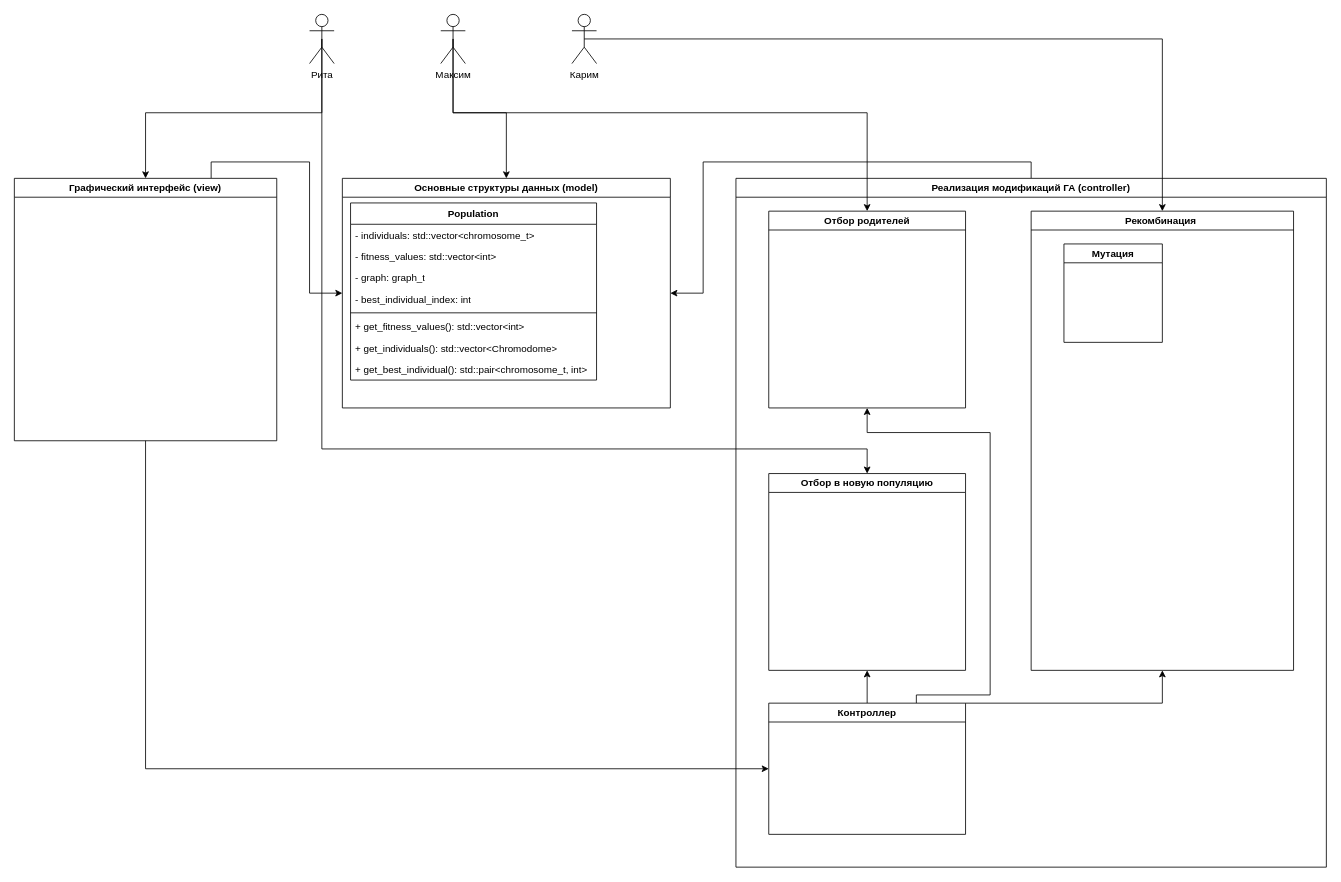
Before: additional-files/design.drawio in zwphyro/TSP_GA, a draw.io diagram. Source tidied: cells renumbered, new cells numbered last; positions are measured from the earlier drawing's top-left corner, leaving out a move shared by most shapes. Both pictures are drawn from the tidied source at 82%, with x=0, y=0 at pixel (14, 14).
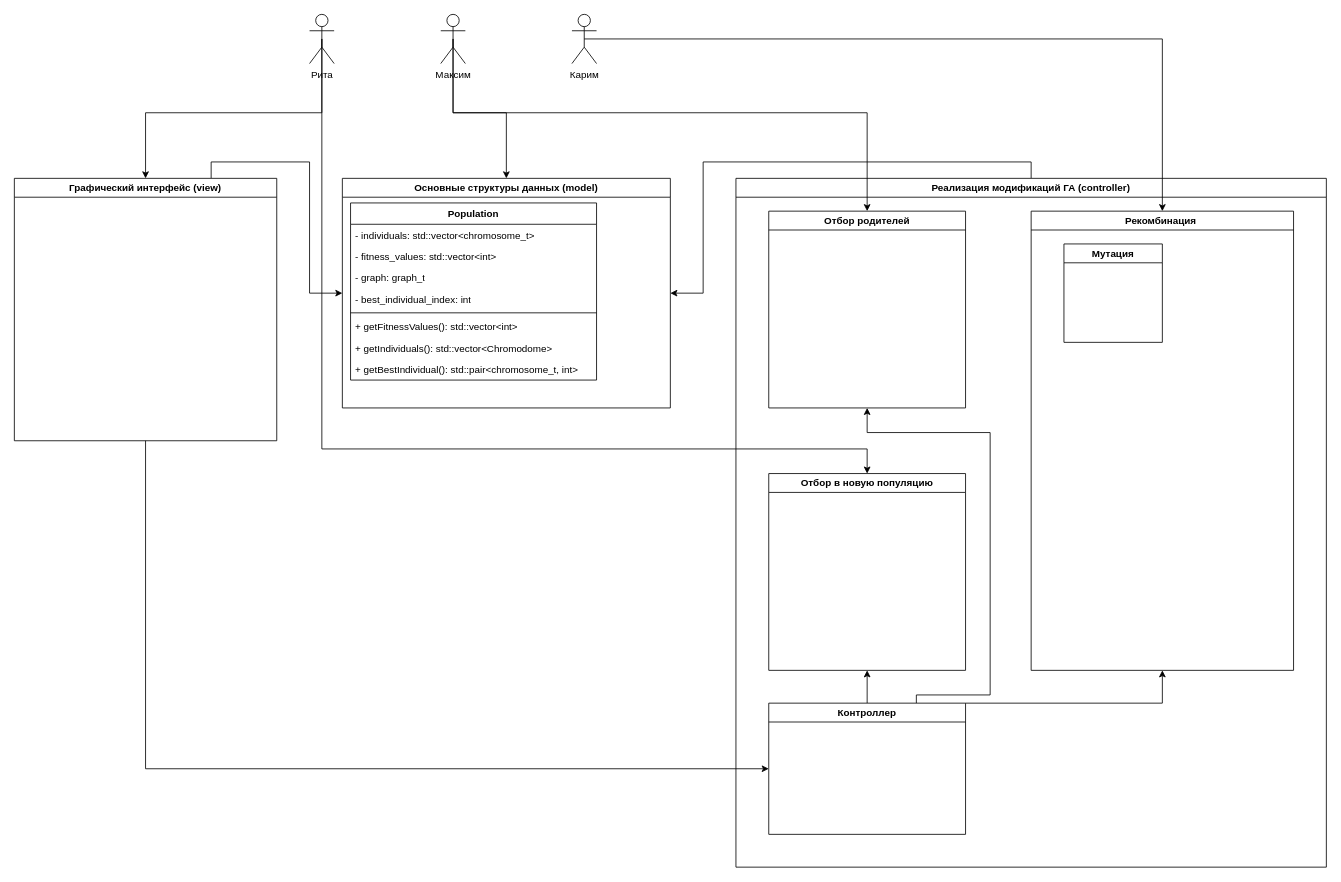
The same page after the edit.

Unchanged cells that the change refers to:
```xml
<mxCell id="16" value="Population" style="swimlane;fontStyle=1;align=center;verticalAlign=top;horizontal=1;startSize=26;whiteSpace=wrap;html=1;" parent="15" vertex="1">
  <mxGeometry x="10" y="30" width="300" height="216" as="geometry" />
</mxCell>
```

The edit, as a diff of the source:
```diff
@@
-    <mxCell id="22" value="+ get_fitness_values(): std::vector&amp;lt;int&amp;gt;" style="text;strokeColor=none;fillColor=none;align=left;verticalAlign=top;spacingLeft=4;spacingRight=4;overflow=hidden;whiteSpace=wrap;html=1;" parent="16" vertex="1">
+    <mxCell id="22" value="+ getFitnessValues(): std::vector&amp;lt;int&amp;gt;" style="text;strokeColor=none;fillColor=none;align=left;verticalAlign=top;spacingLeft=4;spacingRight=4;overflow=hidden;whiteSpace=wrap;html=1;" parent="16" vertex="1">
       <mxGeometry y="138" width="300" height="26" as="geometry" />
     </mxCell>
-    <mxCell id="23" value="+ get_individuals(): std::vector&amp;lt;Chromodome&amp;gt;" style="text;strokeColor=none;fillColor=none;align=left;verticalAlign=top;spacingLeft=4;spacingRight=4;overflow=hidden;whiteSpace=wrap;html=1;" parent="16" vertex="1">
+    <mxCell id="23" value="+ getIndividuals(): std::vector&amp;lt;Chromodome&amp;gt;" style="text;strokeColor=none;fillColor=none;align=left;verticalAlign=top;spacingLeft=4;spacingRight=4;overflow=hidden;whiteSpace=wrap;html=1;" parent="16" vertex="1">
       <mxGeometry y="164" width="300" height="26" as="geometry" />
     </mxCell>
-    <mxCell id="24" value="+ get_best_individual(): std::pair&amp;lt;chromosome_t, int&amp;gt;" style="text;strokeColor=none;fillColor=none;align=left;verticalAlign=top;spacingLeft=4;spacingRight=4;overflow=hidden;whiteSpace=wrap;html=1;" parent="16" vertex="1">
+    <mxCell id="24" value="+ getBestIndividual(): std::pair&amp;lt;chromosome_t, int&amp;gt;" style="text;strokeColor=none;fillColor=none;align=left;verticalAlign=top;spacingLeft=4;spacingRight=4;overflow=hidden;whiteSpace=wrap;html=1;" parent="16" vertex="1">
       <mxGeometry y="190" width="300" height="26" as="geometry" />
     </mxCell>
```
